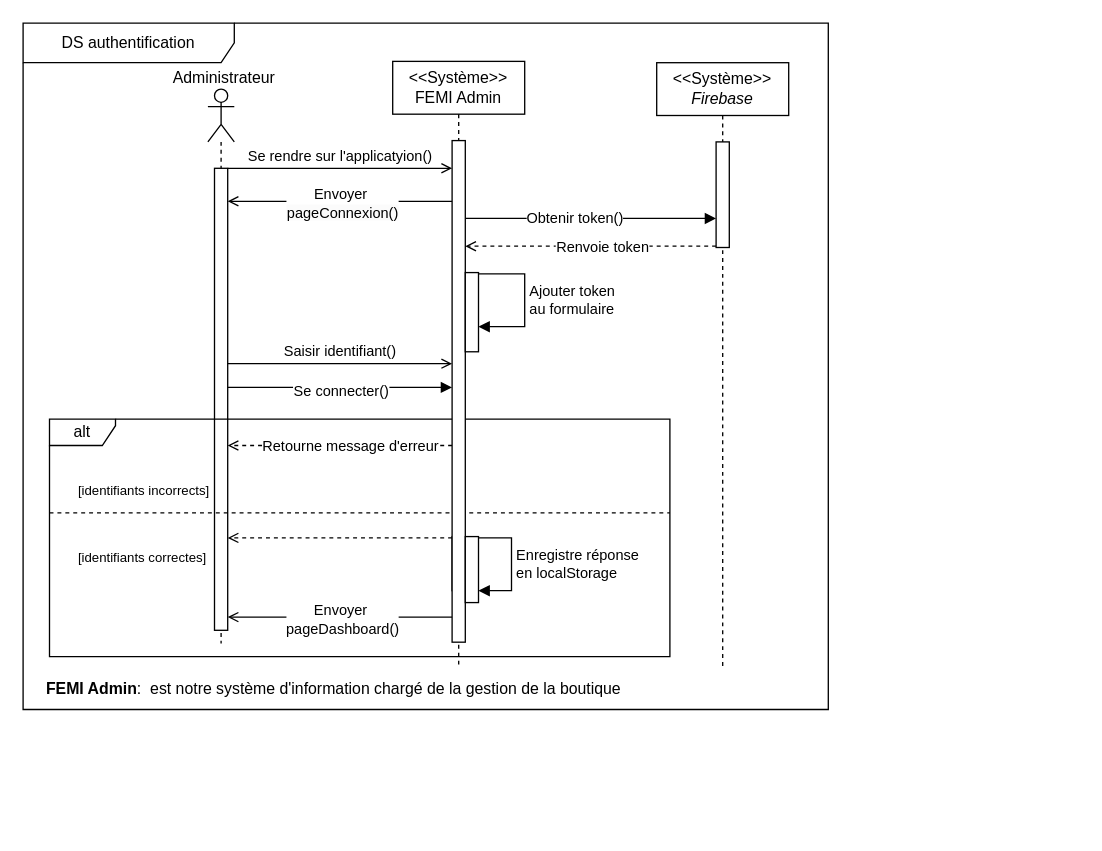
The draw.io diagram page "DS-1-AUTH" (5 of 7) of Diagramme cas d'utiilisation katina.drawio in kbvac/Diagramme-UML, before the edit. Source tidied: cells renumbered, new cells numbered last; positions are measured from the earlier drawing's top-left corner, leaving out a move shared by most shapes. Both pictures are drawn from the tidied source at 132%, with x=0, y=0 at pixel (22, 22).
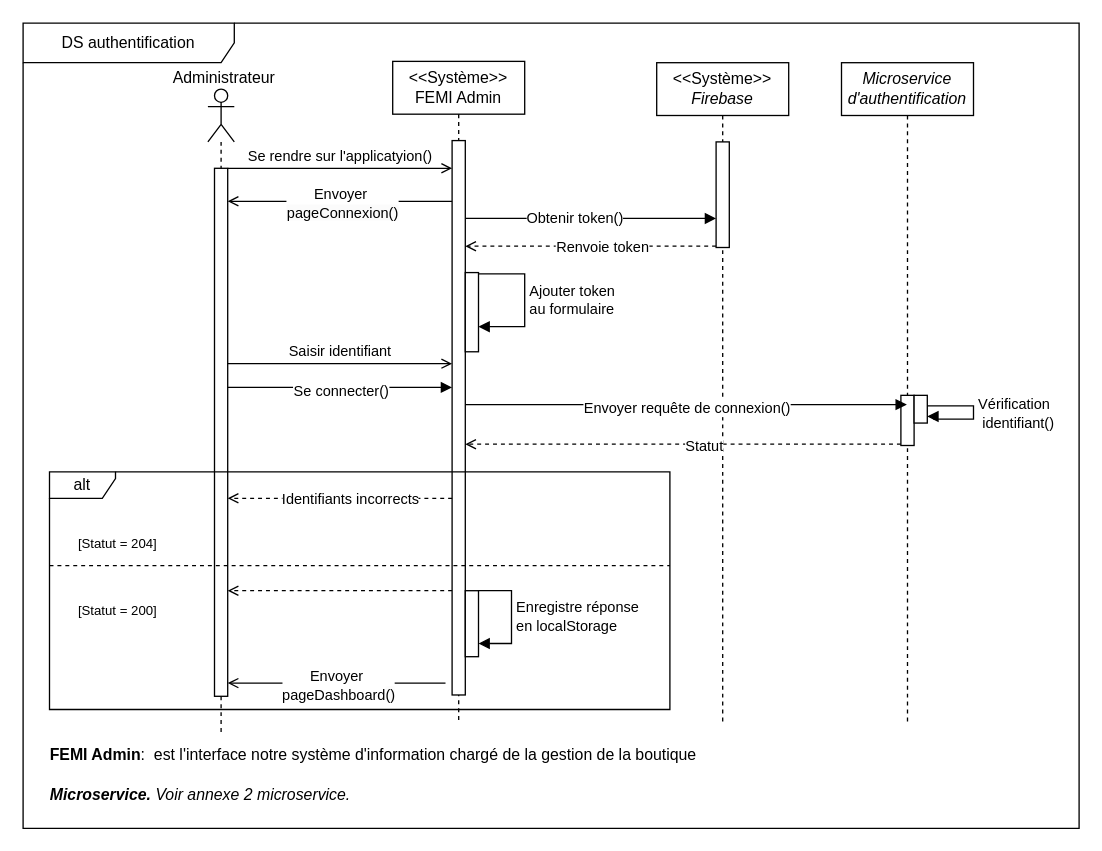
The same diagram, later.

The edit, as a diff of the source:
```diff
@@
     <mxCell id="2" value="&amp;lt;&amp;lt;Système&amp;gt;&amp;gt;&lt;br style=&quot;border-color: var(--border-color);&quot;&gt;&lt;i&gt;Firebase&lt;/i&gt;" style="shape=umlLifeline;perimeter=lifelinePerimeter;whiteSpace=wrap;html=1;newEdgeStyle={&quot;edgeStyle&quot;:&quot;elbowEdgeStyle&quot;,&quot;elbow&quot;:&quot;vertical&quot;,&quot;curved&quot;:0,&quot;rounded&quot;:0};" parent="1" vertex="1">
-      <mxGeometry x="480" y="30" width="100" height="460" as="geometry" />
+      <mxGeometry x="480" y="30" width="100" height="500" as="geometry" />
     </mxCell>
@@
     <mxCell id="4" style="shape=umlLifeline;perimeter=lifelinePerimeter;whiteSpace=wrap;html=1;newEdgeStyle={&quot;curved&quot;:0,&quot;rounded&quot;:0};participant=umlActor;" parent="1" vertex="1">
-      <mxGeometry x="140" y="50" width="20" height="420" as="geometry" />
+      <mxGeometry x="140" y="50" width="20" height="490" as="geometry" />
     </mxCell>
     <mxCell id="5" style="html=1;points=[[0,0,0,0,5],[0,1,0,0,-5],[1,0,0,0,5],[1,1,0,0,-5]];perimeter=orthogonalPerimeter;outlineConnect=0;targetShapes=umlLifeline;portConstraint=eastwest;newEdgeStyle={&quot;curved&quot;:0,&quot;rounded&quot;:0};" parent="4" vertex="1">
-      <mxGeometry x="5" y="60" width="10" height="350" as="geometry" />
+      <mxGeometry x="5" y="60" width="10" height="400" as="geometry" />
     </mxCell>
@@
-    <mxCell id="9" value="alt" style="shape=umlFrame;whiteSpace=wrap;html=1;width=50;height=20;" parent="1" vertex="1">
-      <mxGeometry x="20" y="300" width="470" height="180" as="geometry" />
-    </mxCell>
-    <mxCell id="10" value="&lt;font style=&quot;font-size: 10px;&quot;&gt;[identifiants incorrects]&lt;/font&gt;" style="text;html=1;" parent="9" vertex="1">
-      <mxGeometry width="100" height="20" relative="1" as="geometry">
-        <mxPoint x="20" y="40" as="offset" />
-      </mxGeometry>
-    </mxCell>
-    <mxCell id="11" value="&lt;font style=&quot;font-size: 10px;&quot;&gt;[identifiants correctes]&lt;/font&gt;" style="line;strokeWidth=1;dashed=1;labelPosition=center;verticalLabelPosition=bottom;align=left;verticalAlign=top;spacingLeft=20;spacingTop=15;html=1;whiteSpace=wrap;" parent="9" vertex="1">
-      <mxGeometry y="66" width="470" height="10" as="geometry" />
-    </mxCell>
-    <mxCell id="12" style="html=1;verticalAlign=bottom;labelBackgroundColor=none;endArrow=open;endFill=0;dashed=1;rounded=0;" parent="9" edge="1">
-      <mxGeometry relative="1" as="geometry">
-        <mxPoint x="305" y="20" as="sourcePoint" />
-        <mxPoint x="135" y="20" as="targetPoint" />
-      </mxGeometry>
-    </mxCell>
-    <mxCell id="13" value="Retourne message d'erreur" style="edgeLabel;html=1;align=center;verticalAlign=middle;" parent="12" vertex="1">
-      <mxGeometry x="-0.08" relative="1" as="geometry" />
-    </mxCell>
-    <mxCell id="14" style="html=1;verticalAlign=bottom;labelBackgroundColor=none;endArrow=open;endFill=0;dashed=1;rounded=0;" parent="9" edge="1">
-      <mxGeometry relative="1" as="geometry">
-        <mxPoint x="305" y="90" as="sourcePoint" />
-        <mxPoint x="135" y="90" as="targetPoint" />
-      </mxGeometry>
-    </mxCell>
-    <mxCell id="15" style="html=1;perimeter=orthogonalPerimeter;targetShapes=umlLifeline;newEdgeStyle={&quot;curved&quot;:0,&quot;rounded&quot;:0};" parent="9" vertex="1">
-      <mxGeometry x="305" y="89" width="10" height="41" as="geometry" />
-    </mxCell>
-    <mxCell id="16" value="Enregistre réponse&amp;nbsp;&lt;br&gt;en localStorage" style="html=1;align=left;spacingLeft=2;endArrow=block;rounded=0;edgeStyle=orthogonalEdgeStyle;curved=0;rounded=0;" parent="1" edge="1">
-      <mxGeometry relative="1" as="geometry">
-        <mxPoint x="345" y="390" as="sourcePoint" />
-        <mxPoint x="345" y="430" as="targetPoint" />
-        <Array as="points">
-          <mxPoint x="370" y="390" />
-          <mxPoint x="370" y="430" />
-        </Array>
-      </mxGeometry>
-    </mxCell>
     <mxCell id="17" value="DS authentification" style="shape=umlFrame;whiteSpace=wrap;html=1;width=160;" parent="1" vertex="1">
-      <mxGeometry width="610" height="520" as="geometry" />
+      <mxGeometry width="800" height="610" as="geometry" />
     </mxCell>
@@
-    <mxCell id="19" value="&lt;b&gt;FEMI Admin&lt;/b&gt;:&amp;nbsp;&lt;i style=&quot;font-weight: bold;&quot;&gt;&amp;nbsp;&lt;/i&gt;est notre système d'information chargé de la gestion de la boutique" style="text;html=1;align=center;verticalAlign=middle;strokeColor=none;fillColor=none;" parent="17" vertex="1">
-      <mxGeometry x="5" y="490" width="460" height="30" as="geometry" />
+    <mxCell id="19" value="&lt;b&gt;FEMI Admin&lt;/b&gt;:&amp;nbsp;&lt;i style=&quot;font-weight: bold;&quot;&gt;&amp;nbsp;&lt;/i&gt;est l'interface notre système d'information chargé de la gestion de la boutique" style="text;html=1;align=center;verticalAlign=middle;strokeColor=none;fillColor=none;" parent="17" vertex="1">
+      <mxGeometry x="10" y="540" width="510" height="30" as="geometry" />
     </mxCell>
     <mxCell id="20" value="&amp;lt;&amp;lt;Système&amp;gt;&amp;gt;&lt;br&gt;FEMI Admin" style="shape=umlLifeline;perimeter=lifelinePerimeter;whiteSpace=wrap;html=1;newEdgeStyle={&quot;edgeStyle&quot;:&quot;elbowEdgeStyle&quot;,&quot;elbow&quot;:&quot;vertical&quot;,&quot;curved&quot;:0,&quot;rounded&quot;:0};" parent="17" vertex="1">
-      <mxGeometry x="280" y="29" width="100" height="460" as="geometry" />
+      <mxGeometry x="280" y="29" width="100" height="501" as="geometry" />
     </mxCell>
     <mxCell id="21" style="html=1;points=[[0,0,0,0,5],[0,1,0,0,-5],[1,0,0,0,5],[1,1,0,0,-5]];perimeter=orthogonalPerimeter;outlineConnect=0;targetShapes=umlLifeline;portConstraint=eastwest;newEdgeStyle={&quot;curved&quot;:0,&quot;rounded&quot;:0};" parent="20" vertex="1">
-      <mxGeometry x="45" y="60" width="10" height="380" as="geometry" />
+      <mxGeometry x="45" y="60" width="10" height="420" as="geometry" />
     </mxCell>
@@
-    <mxCell id="24" style="html=1;perimeter=orthogonalPerimeter;targetShapes=umlLifeline;newEdgeStyle={&quot;curved&quot;:0,&quot;rounded&quot;:0};" parent="20" vertex="1">
-      <mxGeometry x="55" y="360" width="10" height="50" as="geometry" />
-    </mxCell>
@@
+    <mxCell id="34" value="&lt;i&gt;Microservice d'authentification&lt;/i&gt;" style="shape=umlLifeline;perimeter=lifelinePerimeter;whiteSpace=wrap;html=1;newEdgeStyle={&quot;edgeStyle&quot;:&quot;elbowEdgeStyle&quot;,&quot;elbow&quot;:&quot;vertical&quot;,&quot;curved&quot;:0,&quot;rounded&quot;:0};" parent="17" vertex="1">
+      <mxGeometry x="620" y="30" width="100" height="500" as="geometry" />
+    </mxCell>
+    <mxCell id="35" style="html=1;perimeter=orthogonalPerimeter;targetShapes=umlLifeline;newEdgeStyle={&quot;curved&quot;:0,&quot;rounded&quot;:0};" parent="34" vertex="1">
+      <mxGeometry x="45" y="252" width="10" height="38" as="geometry" />
+    </mxCell>
+    <mxCell id="36" style="html=1;points=[[0,0,0,0,5],[0,1,0,0,-5],[1,0,0,0,5],[1,1,0,0,-5]];perimeter=orthogonalPerimeter;outlineConnect=0;targetShapes=umlLifeline;portConstraint=eastwest;newEdgeStyle={&quot;curved&quot;:0,&quot;rounded&quot;:0};" parent="34" vertex="1">
+      <mxGeometry x="55" y="252" width="10" height="21" as="geometry" />
+    </mxCell>
+    <mxCell id="37" value="Vérification&lt;br&gt;&amp;nbsp;identifiant()" style="html=1;align=left;spacingLeft=2;endArrow=block;rounded=0;edgeStyle=orthogonalEdgeStyle;curved=0;rounded=0;entryX=1;entryY=1;entryDx=0;entryDy=-5;entryPerimeter=0;" parent="34" edge="1" source="36" target="36">
+      <mxGeometry relative="1" as="geometry">
+        <Array as="points">
+          <mxPoint x="100" y="260" />
+          <mxPoint x="100" y="270" />
+          <mxPoint x="70" y="270" />
+          <mxPoint x="70" y="268" />
+        </Array>
+      </mxGeometry>
+    </mxCell>
+    <mxCell id="9" value="alt" style="shape=umlFrame;whiteSpace=wrap;html=1;width=50;height=20;" parent="17" vertex="1">
+      <mxGeometry x="20" y="340" width="470" height="180" as="geometry" />
+    </mxCell>
+    <mxCell id="10" value="&lt;font style=&quot;font-size: 10px;&quot;&gt;[Statut = 204]&lt;/font&gt;" style="text;html=1;" parent="9" vertex="1">
+      <mxGeometry width="100" height="20" relative="1" as="geometry">
+        <mxPoint x="20" y="40" as="offset" />
+      </mxGeometry>
+    </mxCell>
+    <mxCell id="11" value="&lt;font style=&quot;font-size: 10px;&quot;&gt;[Statut = 200]&lt;/font&gt;" style="line;strokeWidth=1;dashed=1;labelPosition=center;verticalLabelPosition=bottom;align=left;verticalAlign=top;spacingLeft=20;spacingTop=15;html=1;whiteSpace=wrap;" parent="9" vertex="1">
+      <mxGeometry y="66" width="470" height="10" as="geometry" />
+    </mxCell>
+    <mxCell id="12" style="html=1;verticalAlign=bottom;labelBackgroundColor=none;endArrow=open;endFill=0;dashed=1;rounded=0;" parent="9" edge="1">
+      <mxGeometry relative="1" as="geometry">
+        <mxPoint x="305" y="20" as="sourcePoint" />
+        <mxPoint x="135" y="20" as="targetPoint" />
+      </mxGeometry>
+    </mxCell>
+    <mxCell id="13" value="Identifiants incorrects" style="edgeLabel;html=1;align=center;verticalAlign=middle;" parent="12" vertex="1">
+      <mxGeometry x="-0.08" relative="1" as="geometry" />
+    </mxCell>
+    <mxCell id="14" style="html=1;verticalAlign=bottom;labelBackgroundColor=none;endArrow=open;endFill=0;dashed=1;rounded=0;" parent="9" edge="1">
+      <mxGeometry relative="1" as="geometry">
+        <mxPoint x="305" y="90" as="sourcePoint" />
+        <mxPoint x="135" y="90" as="targetPoint" />
+      </mxGeometry>
+    </mxCell>
+    <mxCell id="24" style="html=1;perimeter=orthogonalPerimeter;targetShapes=umlLifeline;newEdgeStyle={&quot;curved&quot;:0,&quot;rounded&quot;:0};" parent="9" vertex="1">
+      <mxGeometry x="315" y="90" width="10" height="50" as="geometry" />
+    </mxCell>
+    <mxCell id="16" value="Enregistre réponse&amp;nbsp;&lt;br&gt;en localStorage" style="html=1;align=left;spacingLeft=2;endArrow=block;rounded=0;edgeStyle=orthogonalEdgeStyle;curved=0;rounded=0;" parent="9" edge="1">
+      <mxGeometry relative="1" as="geometry">
+        <mxPoint x="325" y="90" as="sourcePoint" />
+        <mxPoint x="325" y="130" as="targetPoint" />
+        <Array as="points">
+          <mxPoint x="350" y="90" />
+          <mxPoint x="350" y="130" />
+        </Array>
+      </mxGeometry>
+    </mxCell>
-    <mxCell id="29" style="html=1;verticalAlign=bottom;labelBackgroundColor=none;endArrow=open;endFill=0;rounded=0;" parent="17" edge="1">
+    <mxCell id="29" style="html=1;verticalAlign=bottom;labelBackgroundColor=none;endArrow=open;endFill=0;rounded=0;" parent="9" edge="1" target="5">
       <mxGeometry x="-0.12" y="5" relative="1" as="geometry">
-        <mxPoint x="325" y="450" as="sourcePoint" />
-        <mxPoint x="155" y="450" as="targetPoint" />
+        <mxPoint x="300" y="160" as="sourcePoint" />
       </mxGeometry>
     </mxCell>
@@
+    <mxCell id="38" style="html=1;verticalAlign=bottom;labelBackgroundColor=none;endArrow=block;endFill=1;rounded=0;" parent="17" edge="1">
+      <mxGeometry relative="1" as="geometry">
+        <mxPoint x="335" y="289" as="sourcePoint" />
+        <mxPoint x="669.5" y="289" as="targetPoint" />
+      </mxGeometry>
+    </mxCell>
+    <mxCell id="39" value="Envoyer requête de connexion()" style="edgeLabel;html=1;align=center;verticalAlign=middle;" parent="38" vertex="1">
+      <mxGeometry y="-2" relative="1" as="geometry" />
+    </mxCell>
+    <mxCell id="40" style="html=1;verticalAlign=bottom;labelBackgroundColor=none;endArrow=open;endFill=0;dashed=1;rounded=0;" parent="17" edge="1">
+      <mxGeometry relative="1" as="geometry">
+        <mxPoint x="665" y="319" as="sourcePoint" />
+        <mxPoint x="335" y="319" as="targetPoint" />
+      </mxGeometry>
+    </mxCell>
+    <mxCell id="41" value="Statut" style="edgeLabel;html=1;align=center;verticalAlign=middle;" parent="40" vertex="1">
+      <mxGeometry x="-0.09" y="1" relative="1" as="geometry" />
+    </mxCell>
+    <mxCell id="42" value="&lt;i&gt;&lt;b&gt;Microservice. &lt;/b&gt;Voir annexe 2 microservice.&lt;/i&gt;" style="text;html=1;align=center;verticalAlign=middle;strokeColor=none;fillColor=none;" parent="17" vertex="1">
+      <mxGeometry x="9" y="570" width="250" height="30" as="geometry" />
+    </mxCell>
@@
-    <mxCell id="33" value="Saisir identifiant()" style="html=1;verticalAlign=bottom;labelBackgroundColor=none;endArrow=open;endFill=0;rounded=0;" parent="1" edge="1">
+    <mxCell id="33" value="Saisir identifiant" style="html=1;verticalAlign=bottom;labelBackgroundColor=none;endArrow=open;endFill=0;rounded=0;" parent="1" edge="1">
       <mxGeometry relative="1" as="geometry">
         <mxPoint x="155" y="258" as="sourcePoint" />
         <mxPoint x="325" y="258" as="targetPoint" />
       </mxGeometry>
     </mxCell>
```
